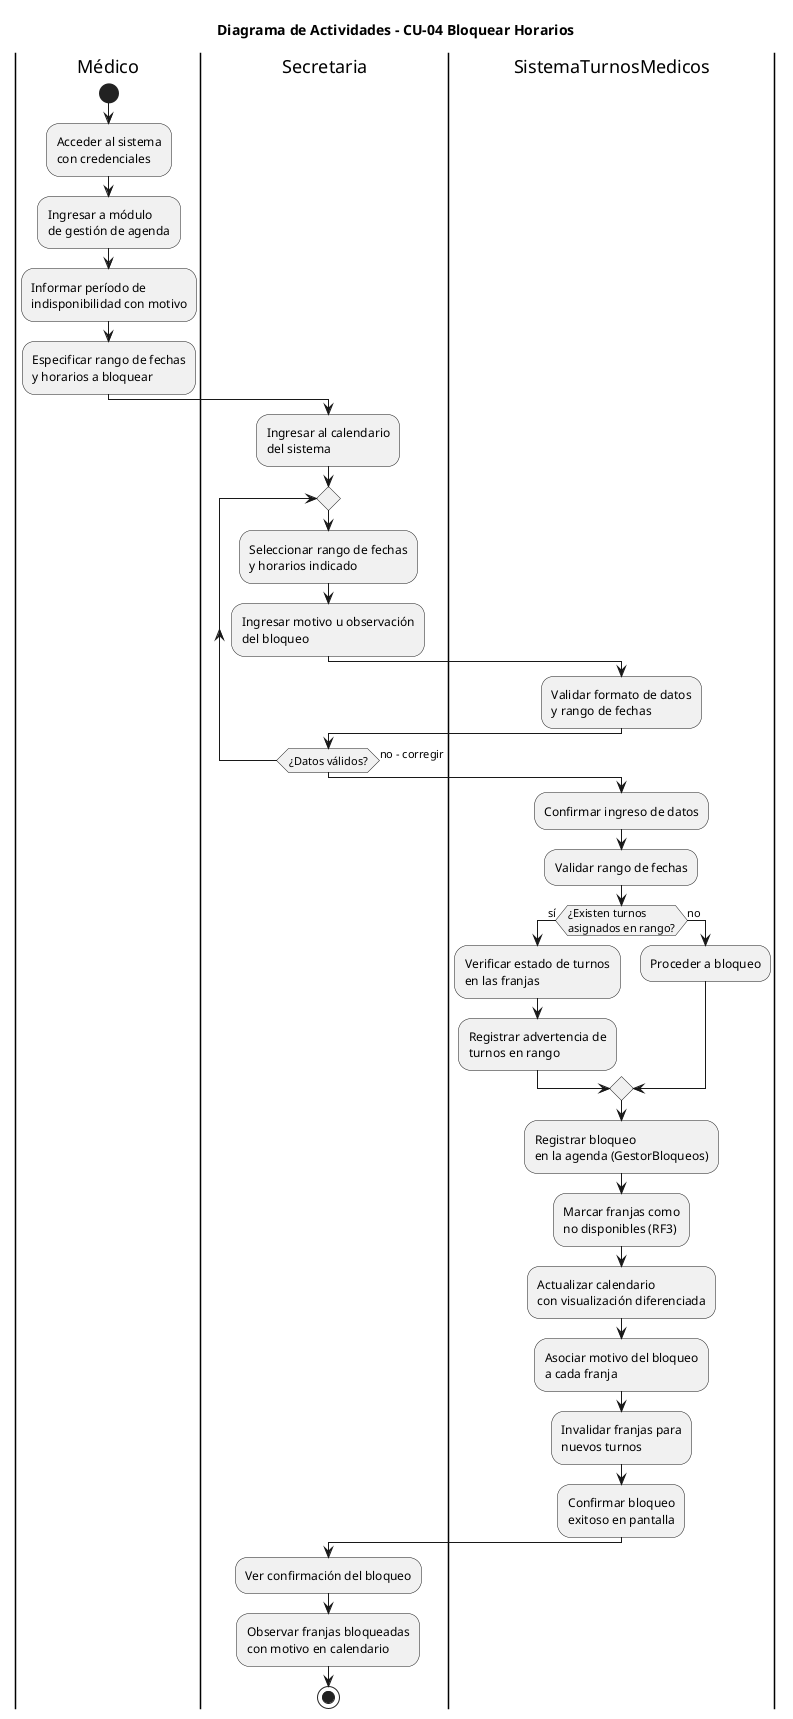
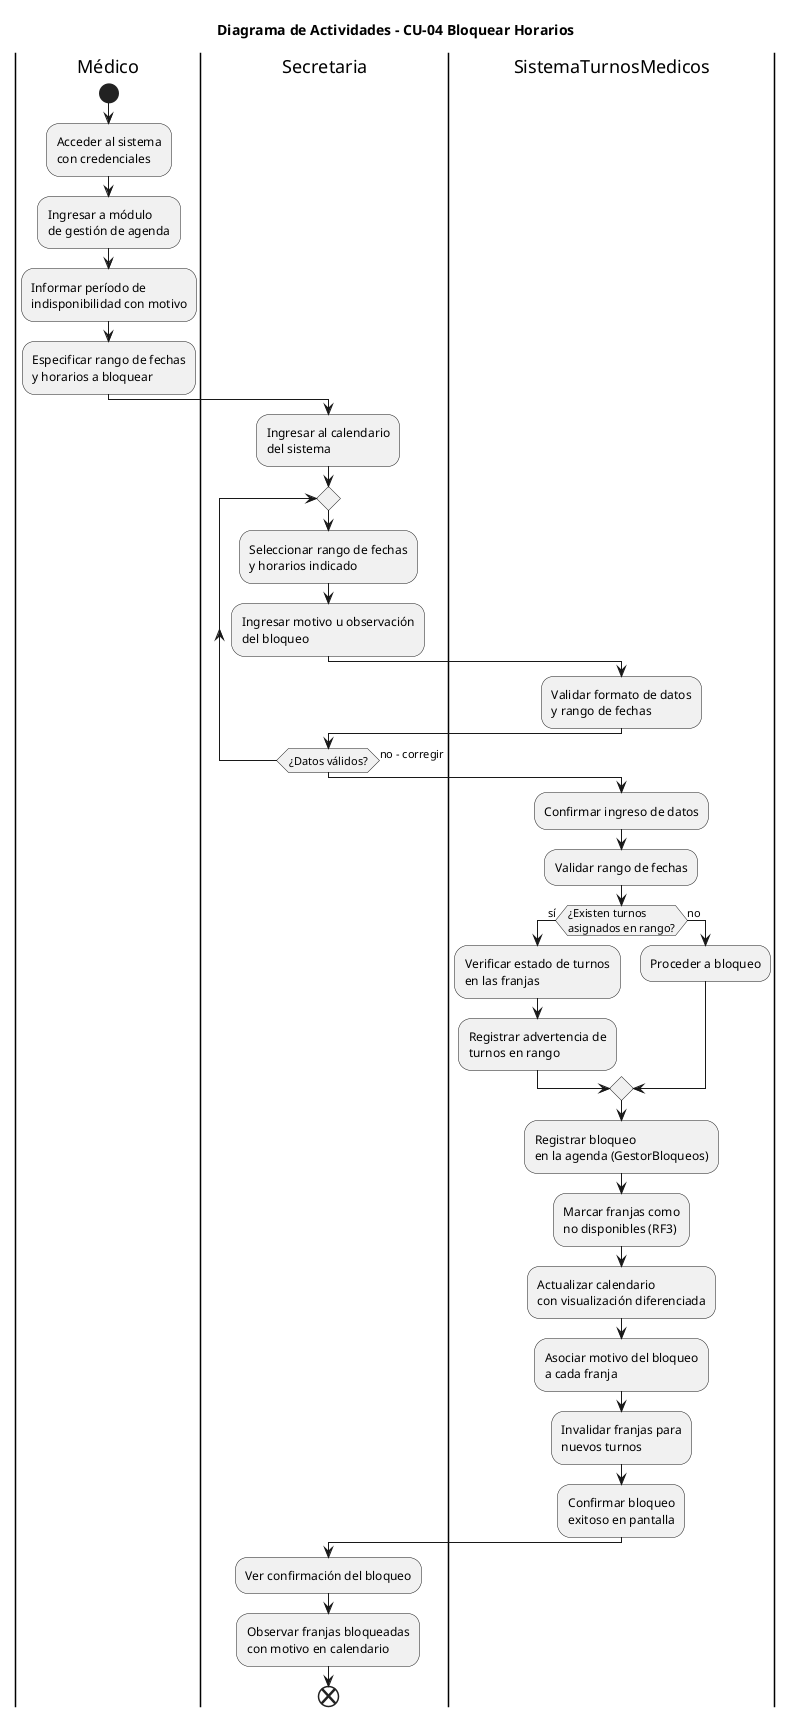
@startuml 04-actividad-bloquear-horarios-04

title Diagrama de Actividades - CU-04 Bloquear Horarios

|Médico|
start
:Acceder al sistema\ncon credenciales;
:Ingresar a módulo\nde gestión de agenda;
:Informar período de\nindisponibilidad con motivo;
:Especificar rango de fechas\ny horarios a bloquear;

|Secretaria|
:Ingresar al calendario\ndel sistema;

repeat
    :Seleccionar rango de fechas\ny horarios indicado;
    :Ingresar motivo u observación\ndel bloqueo;

    |SistemaTurnosMedicos|
    :Validar formato de datos\ny rango de fechas;

    |Secretaria|
repeat while (¿Datos válidos?) is (no - corregir)

|SistemaTurnosMedicos|
:Confirmar ingreso de datos;
:Validar rango de fechas;

if (¿Existen turnos\nasignados en rango?) then (sí)
    :Verificar estado de turnos\nen las franjas;
    :Registrar advertencia de\nturnos en rango;
else (no)
    :Proceder a bloqueo;
endif

:Registrar bloqueo\nen la agenda (GestorBloqueos);
:Marcar franjas como\nno disponibles (RF3);
:Actualizar calendario\ncon visualización diferenciada;
:Asociar motivo del bloqueo\na cada franja;
:Invalidar franjas para\nnuevos turnos;

:Confirmar bloqueo\nexitoso en pantalla;

|Secretaria|
:Ver confirmación del bloqueo;
:Observar franjas bloqueadas\ncon motivo en calendario;

- stop
+ end

@enduml
